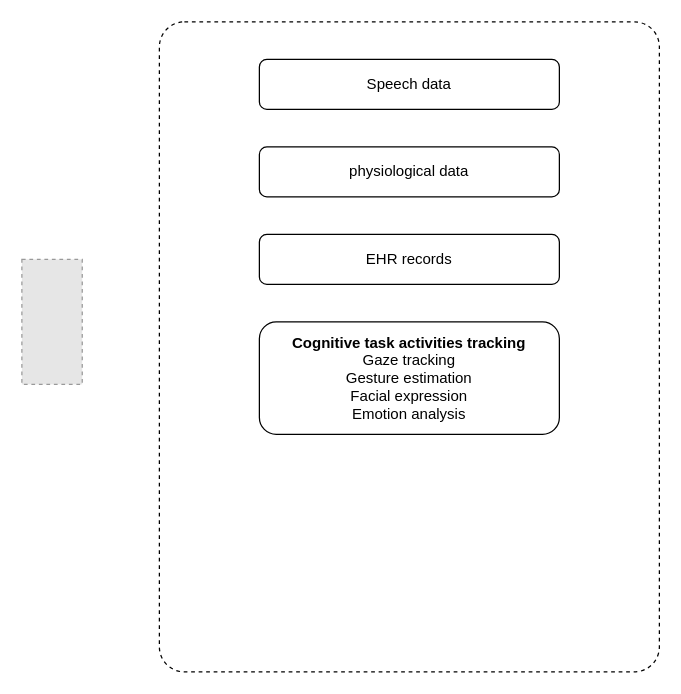
SahadevPoudel/Visualization keeps this draw.io diagram as Untitled Diagram.drawio. Above is the earlier version. Source tidied: cells renumbered, new cells numbered last; positions are measured from the earlier drawing's top-left corner, leaving out a move shared by most shapes. Both pictures are drawn from the tidied source at 125%, with x=0, y=0 at pixel (21, 21). Pictures stored in the file or linked from it are replaced by grey dashed boxes.
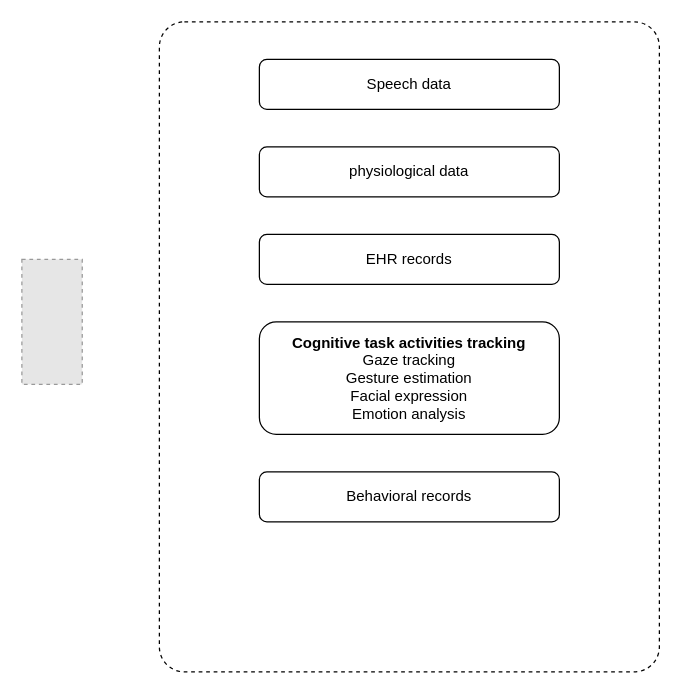
The same page after the edit.

Diff of the diagram source:
```diff
@@
 <mxGraphModel>
   <root>
     <mxCell id="0" />
     <mxCell id="1" parent="0" />
     <mxCell id="2" style="rounded=1;whiteSpace=wrap;html=1;arcSize=5;dashed=1;" parent="1" vertex="1">
       <mxGeometry x="110" width="400" height="520" as="geometry" />
     </mxCell>
     <mxCell id="3" style="fillColor=#E6E6E6;strokeColor=#999999;dashed=1;verticalLabelPosition=bottom;labelBackgroundColor=default;verticalAlign=top;" parent="1" vertex="1">
       <mxGeometry y="190" width="48.3" height="100" as="geometry" />
     </mxCell>
     <mxCell id="4" value="Speech data" style="rounded=1;whiteSpace=wrap;html=1;" parent="1" vertex="1">
       <mxGeometry x="190" y="30" width="240" height="40" as="geometry" />
     </mxCell>
     <mxCell id="5" value="physiological data" style="rounded=1;whiteSpace=wrap;html=1;" parent="1" vertex="1">
       <mxGeometry x="190" y="100" width="240" height="40" as="geometry" />
     </mxCell>
     <mxCell id="6" value="EHR records" style="rounded=1;whiteSpace=wrap;html=1;" parent="1" vertex="1">
       <mxGeometry x="190" y="170" width="240" height="40" as="geometry" />
     </mxCell>
     <mxCell id="7" value="&lt;div&gt;&lt;b&gt;Cognitive task activities tracking&lt;/b&gt;&lt;/div&gt;&lt;div&gt;Gaze tracking&lt;/div&gt;&lt;div&gt;Gesture estimation&lt;/div&gt;&lt;div&gt;Facial expression&lt;/div&gt;&lt;div&gt;Emotion analysis&lt;br&gt;&lt;/div&gt;" style="rounded=1;whiteSpace=wrap;html=1;" parent="1" vertex="1">
       <mxGeometry x="190" y="240" width="240" height="90" as="geometry" />
     </mxCell>
+    <mxCell id="8" value="Behavioral records" style="rounded=1;whiteSpace=wrap;html=1;" parent="1" vertex="1">
+      <mxGeometry x="190" y="360" width="240" height="40" as="geometry" />
+    </mxCell>
   </root>
 </mxGraphModel>
```
